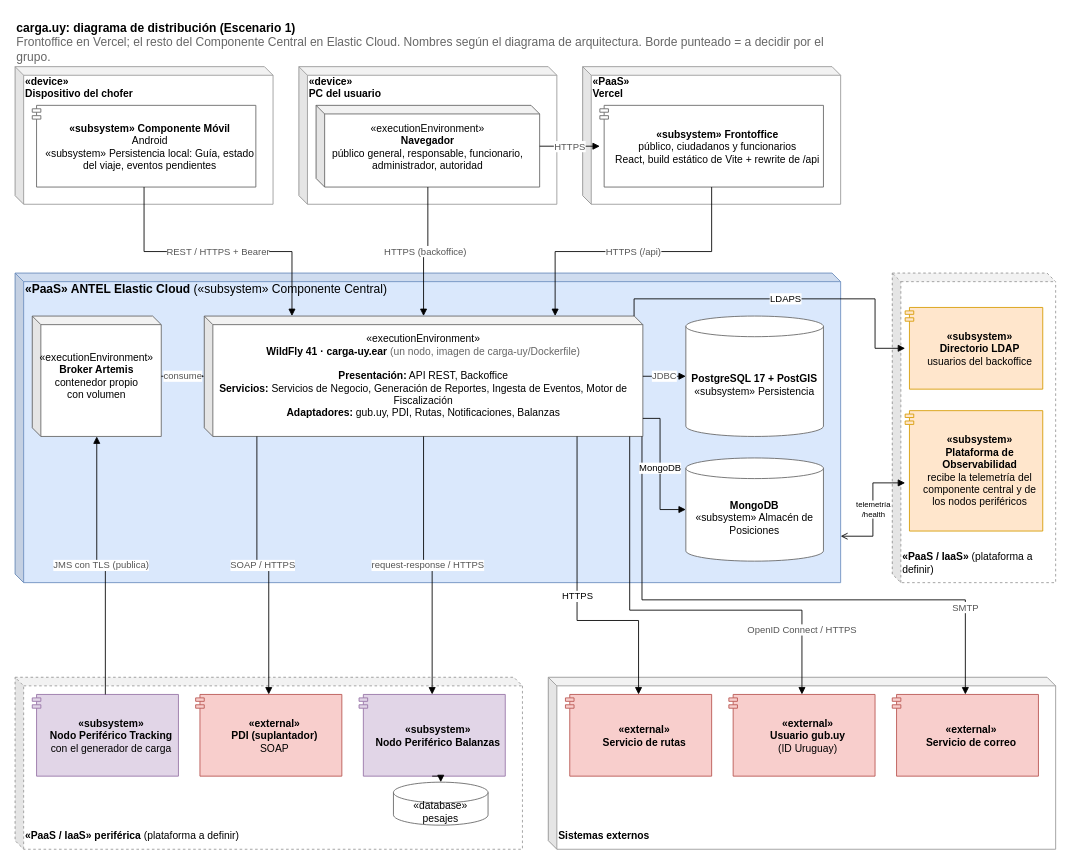
This is docs/informe/fuentes-drawio/carga-uy-distribucion-v3.drawio from LucasLazogue/TSE-carga-uy, a draw.io file, before an edit. Source tidied: cells renumbered, new cells numbered last; positions are measured from the earlier drawing's top-left corner, leaving out a move shared by most shapes. Both pictures are drawn from the tidied source at 86%, with x=0, y=0 at pixel (15, 15).
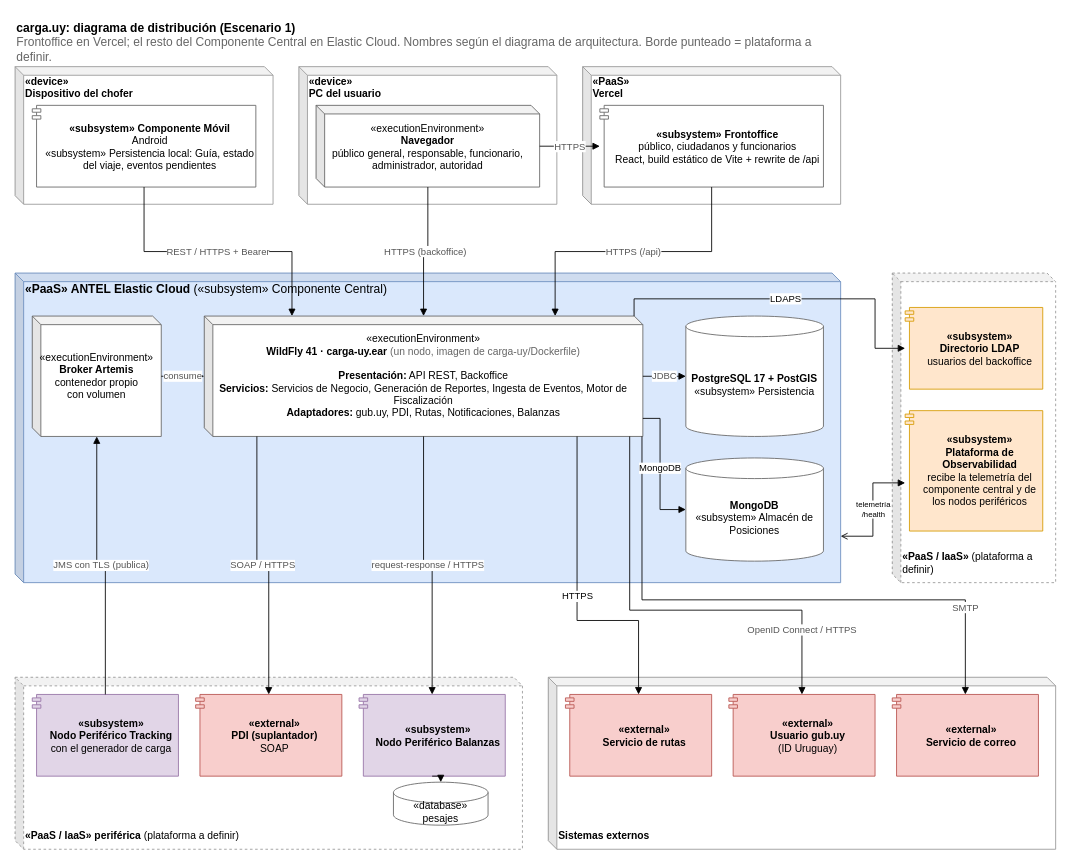
The same page after the edit.

Commit message (it also covers changes not shown here):
docs: github, vercel, pendientes y casos de fiscalizacion en el informe

What changed in the source:
```diff
@@
-    <mxCell id="2" value="&lt;b&gt;carga.uy: diagrama de distribución (Escenario 1)&lt;/b&gt;&lt;br&gt;&lt;font color=&quot;#666666&quot;&gt;Frontoffice en Vercel; el resto del Componente Central en Elastic Cloud. Nombres según el diagrama de arquitectura. Borde punteado = a decidir por el grupo.&lt;/font&gt;" style="text;html=1;align=left;verticalAlign=top;fontSize=14;whiteSpace=wrap;" parent="1" vertex="1">
+    <mxCell id="2" value="&lt;b&gt;carga.uy: diagrama de distribución (Escenario 1)&lt;/b&gt;&lt;br&gt;&lt;font color=&quot;#666666&quot;&gt;Frontoffice en Vercel; el resto del Componente Central en Elastic Cloud. Nombres según el diagrama de arquitectura. Borde punteado = plataforma a definir.&lt;/font&gt;" style="text;html=1;align=left;verticalAlign=top;fontSize=14;whiteSpace=wrap;" parent="1" vertex="1">
       <mxGeometry width="960" height="44" as="geometry" />
     </mxCell>
```
